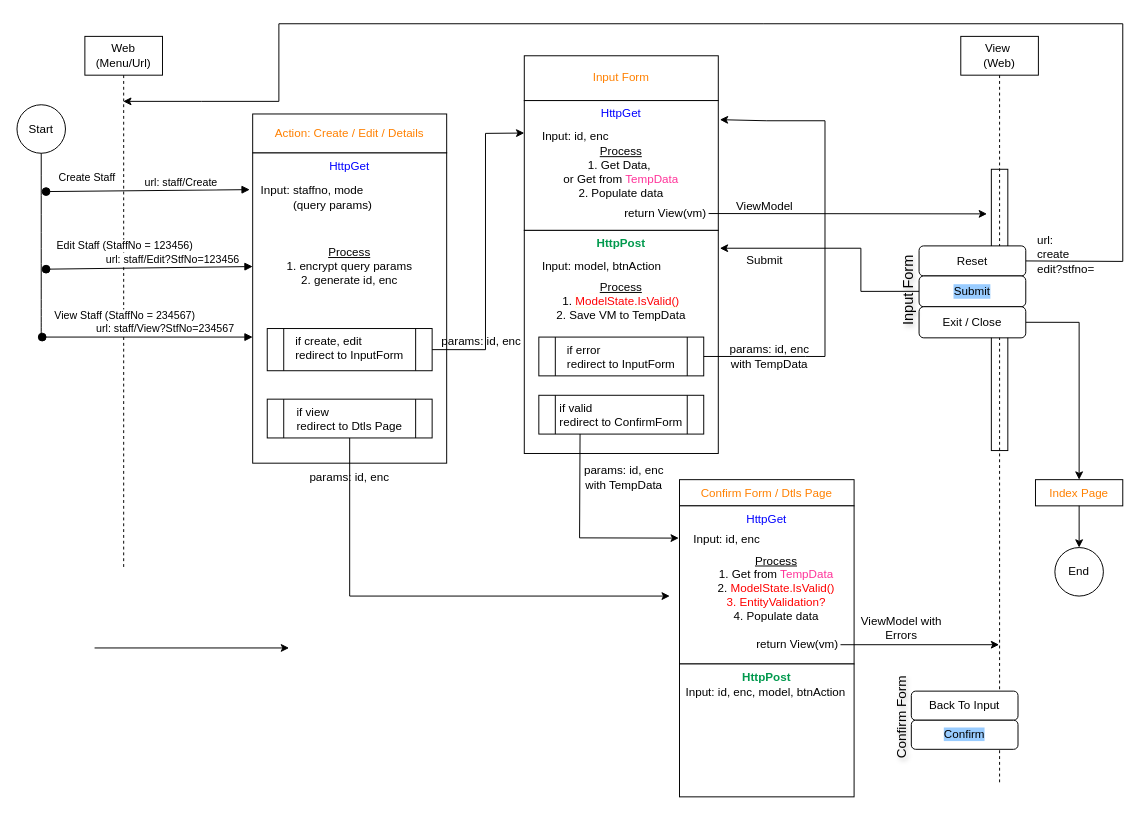
The draw.io diagram page "Input_Confirm_pages" (2 of 2) of StaffForm_workflow.drawio in mujianlo/hrpt_drawio, before the edit. Source tidied: cells renumbered, new cells numbered last; positions are measured from the earlier drawing's top-left corner, leaving out a move shared by most shapes. Both pictures are drawn from the tidied source at 97%, with x=0, y=0 at pixel (16, 23).
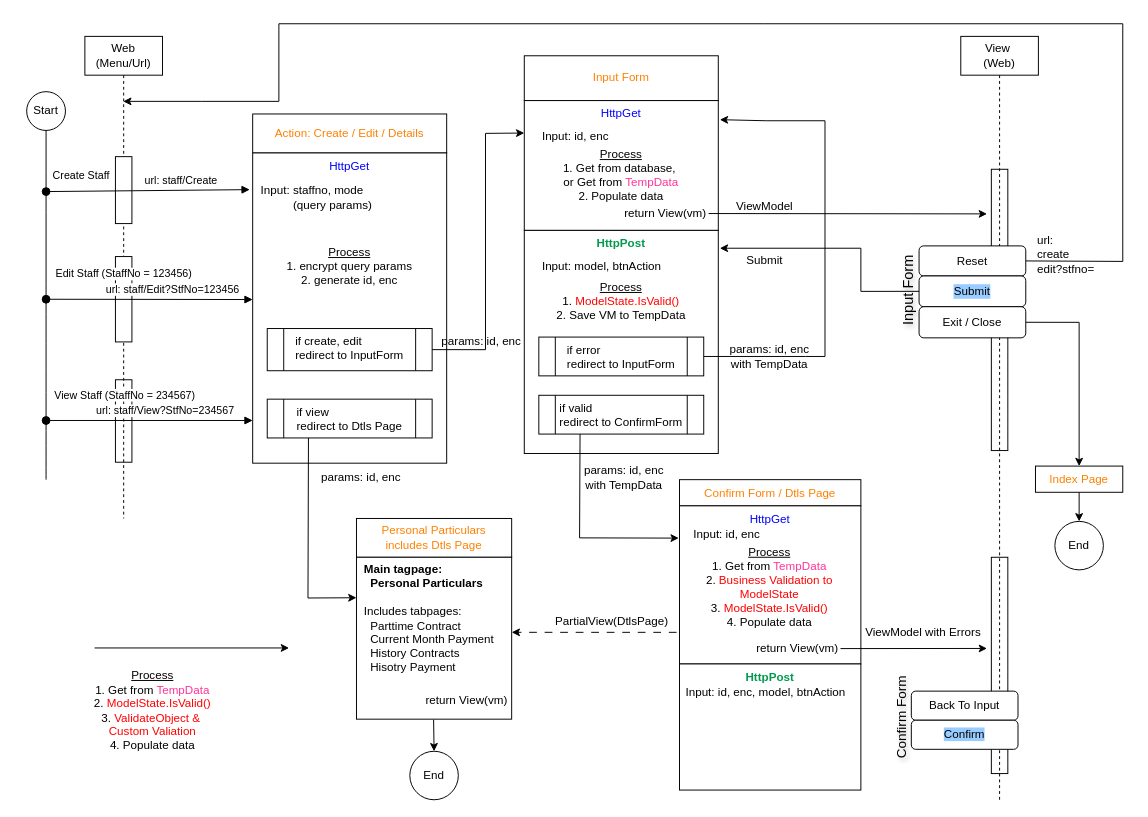
The same diagram, later.

Unchanged cells that the change refers to:
```xml
<mxCell id="35" value="&lt;div&gt;&lt;u&gt;Process&lt;/u&gt;&lt;/div&gt;&lt;div&gt;1. encrypt query params&lt;/div&gt;&lt;div&gt;2. generate id, enc&lt;/div&gt;" style="text;html=1;whiteSpace=wrap;strokeColor=none;fillColor=none;align=center;verticalAlign=middle;rounded=0;" parent="31" vertex="1">
  <mxGeometry y="123.3" width="200" height="68" as="geometry" />
</mxCell>
<mxCell id="37" value="&lt;div align=&quot;left&quot;&gt;if view&lt;/div&gt;&lt;div align=&quot;left&quot;&gt;redirect to Dtls Page&lt;/div&gt;" style="shape=process;whiteSpace=wrap;html=1;backgroundOutline=1;verticalAlign=top;" parent="31" vertex="1">
  <mxGeometry x="15" y="294" width="170" height="40" as="geometry" />
</mxCell>
```

Change to the diagram source:
```diff
@@
+    <mxCell id="71" style="rounded=0;whiteSpace=wrap;html=1;" parent="1" vertex="1">
+      <mxGeometry x="101.5" y="367" width="17" height="85" as="geometry" />
+    </mxCell>
+    <mxCell id="72" style="rounded=0;whiteSpace=wrap;html=1;" parent="1" vertex="1">
+      <mxGeometry x="1004.5" y="550" width="17" height="223" as="geometry" />
+    </mxCell>
@@
     <mxCell id="3" value="Web&lt;br&gt;(Menu/Url)" style="shape=umlLifeline;perimeter=lifelinePerimeter;whiteSpace=wrap;html=1;outlineConnect=0;portConstraint=eastwest;newEdgeStyle={&quot;curved&quot;:0,&quot;rounded&quot;:0};" parent="1" vertex="1">
-      <mxGeometry x="70" y="13" width="80" height="550" as="geometry" />
+      <mxGeometry x="70" y="13" width="80" height="497" as="geometry" />
     </mxCell>
-    <mxCell id="4" style="html=1;verticalAlign=bottom;startArrow=oval;endArrow=block;startSize=8;elbow=vertical;rounded=0;align=right;fontSize=11;" parent="1" edge="1">
-      <mxGeometry relative="1" as="geometry">
-        <mxPoint x="30" y="173" as="sourcePoint" />
-        <mxPoint x="240" y="171" as="targetPoint" />
-      </mxGeometry>
-    </mxCell>
-    <mxCell id="5" value="Create Staff" style="edgeLabel;html=1;align=center;verticalAlign=middle;fontSize=11;" parent="4" vertex="1">
-      <mxGeometry x="-0.69" y="-3" relative="1" as="geometry">
-        <mxPoint x="8" y="-17" as="offset" />
-      </mxGeometry>
-    </mxCell>
-    <mxCell id="6" value="url: staff/Create" style="edgeLabel;html=1;align=left;verticalAlign=middle;fontSize=11;" parent="1" vertex="1">
-      <mxGeometry x="130" y="163" as="geometry" />
-    </mxCell>
@@
-    <mxCell id="8" value="url: staff/Edit?StfNo=123456" style="edgeLabel;html=1;align=left;verticalAlign=middle;fontSize=11;" parent="1" vertex="1">
-      <mxGeometry x="90" y="242" as="geometry" />
-    </mxCell>
-    <mxCell id="9" style="html=1;verticalAlign=bottom;startArrow=oval;endArrow=block;startSize=8;elbow=vertical;rounded=0;align=right;fontSize=11;" parent="1" edge="1">
-      <mxGeometry relative="1" as="geometry">
-        <mxPoint x="26" y="323" as="sourcePoint" />
-        <mxPoint x="243" y="323" as="targetPoint" />
-      </mxGeometry>
-    </mxCell>
-    <mxCell id="10" value="View Staff (StaffNo = 234567)" style="edgeLabel;html=1;align=center;verticalAlign=middle;fontSize=11;" parent="9" vertex="1">
-      <mxGeometry x="-0.69" y="-3" relative="1" as="geometry">
-        <mxPoint x="50" y="-26" as="offset" />
-      </mxGeometry>
-    </mxCell>
-    <mxCell id="11" value="url: staff/View?StfNo=234567" style="edgeLabel;html=1;align=left;verticalAlign=middle;fontSize=11;" parent="1" vertex="1">
-      <mxGeometry x="80" y="313" as="geometry" />
-    </mxCell>
-    <mxCell id="12" style="html=1;verticalAlign=bottom;startArrow=oval;endArrow=block;startSize=8;elbow=vertical;rounded=0;align=right;fontSize=11;entryX=0;entryY=0.5;entryDx=0;entryDy=0;" parent="1" edge="1" target="35">
-      <mxGeometry relative="1" as="geometry">
-        <mxPoint x="30" y="253" as="sourcePoint" />
-      </mxGeometry>
-    </mxCell>
-    <mxCell id="13" value="Edit Staff (StaffNo = 123456)" style="edgeLabel;html=1;align=center;verticalAlign=middle;fontSize=11;" parent="12" vertex="1">
-      <mxGeometry x="-0.69" y="-3" relative="1" as="geometry">
-        <mxPoint x="47" y="-27" as="offset" />
-      </mxGeometry>
-    </mxCell>
     <mxCell id="14" value="View&amp;nbsp;&lt;br&gt;(Web)" style="shape=umlLifeline;perimeter=lifelinePerimeter;whiteSpace=wrap;html=1;outlineConnect=0;portConstraint=eastwest;newEdgeStyle={&quot;curved&quot;:0,&quot;rounded&quot;:0};size=40;" parent="1" vertex="1">
-      <mxGeometry x="973" y="13" width="80" height="770" as="geometry" />
+      <mxGeometry x="973" y="13" width="80" height="787" as="geometry" />
     </mxCell>
@@
-    <mxCell id="21" value="&lt;u&gt;Process&lt;br&gt;&lt;/u&gt;&lt;div&gt;1. Get Data,&amp;nbsp;&lt;/div&gt;&lt;div&gt;or Get from &lt;span style=&quot;color: rgb(255, 51, 153);&quot;&gt;TempData&lt;/span&gt;&lt;/div&gt;&lt;div&gt;2. Populate data&lt;/div&gt;" style="text;html=1;whiteSpace=wrap;strokeColor=none;fillColor=none;align=center;verticalAlign=middle;rounded=0;" parent="1" vertex="1">
-      <mxGeometry x="543" y="133.5" width="160" height="39.5" as="geometry" />
+    <mxCell id="21" value="&lt;u&gt;Process&lt;br&gt;&lt;/u&gt;&lt;div&gt;1. Get from database,&amp;nbsp;&lt;/div&gt;&lt;div&gt;or Get from &lt;span style=&quot;color: rgb(255, 51, 153);&quot;&gt;TempData&lt;/span&gt;&lt;/div&gt;&lt;div&gt;2. Populate data&lt;/div&gt;" style="text;html=1;whiteSpace=wrap;strokeColor=none;fillColor=none;align=center;verticalAlign=middle;rounded=0;" parent="1" vertex="1">
+      <mxGeometry x="543" y="127.5" width="160" height="56.5" as="geometry" />
     </mxCell>
@@
-    <mxCell id="38" style="endArrow=classic;html=1;rounded=0;exitX=0.5;exitY=1;exitDx=0;exitDy=0;" parent="1" edge="1" source="37">
+    <mxCell id="38" style="endArrow=classic;html=1;rounded=0;exitX=0.25;exitY=1;exitDx=0;exitDy=0;entryX=0;entryY=0.25;entryDx=0;entryDy=0;" parent="1" edge="1" source="37" target="75">
       <mxGeometry relative="1" as="geometry">
-        <mxPoint x="673" y="590" as="targetPoint" />
         <Array as="points">
-          <mxPoint x="343" y="590" />
+          <mxPoint x="300" y="592" />
         </Array>
       </mxGeometry>
     </mxCell>
@@
     <mxCell id="41" value="params: id, enc" style="text;html=1;whiteSpace=wrap;strokeColor=none;fillColor=none;align=center;verticalAlign=middle;rounded=0;" parent="1" vertex="1">
-      <mxGeometry x="298" y="453" width="90" height="30" as="geometry" />
+      <mxGeometry x="310" y="453" width="90" height="30" as="geometry" />
     </mxCell>
@@
     <mxCell id="45" value="&lt;div&gt;Confirm Form / Dtls Page&lt;/div&gt;" style="rounded=0;whiteSpace=wrap;html=1;fontColor=#FF8000;" parent="1" vertex="1">
-      <mxGeometry x="683" y="470" width="180" height="27" as="geometry" />
+      <mxGeometry x="683" y="470" width="187" height="27" as="geometry" />
     </mxCell>
     <mxCell id="46" value="HttpGet" style="rounded=0;whiteSpace=wrap;html=1;align=center;verticalAlign=top;fontColor=#0000FF;fontStyle=0;" parent="1" vertex="1">
-      <mxGeometry x="683" y="497" width="180" height="163" as="geometry" />
+      <mxGeometry x="683" y="497" width="187" height="163" as="geometry" />
     </mxCell>
     <mxCell id="47" value="HttpPost" style="rounded=0;whiteSpace=wrap;html=1;align=center;verticalAlign=top;fontStyle=1;fontColor=#00994D;" parent="1" vertex="1">
-      <mxGeometry x="683" y="660" width="180" height="137" as="geometry" />
+      <mxGeometry x="683" y="660" width="187" height="130" as="geometry" />
     </mxCell>
     <mxCell id="48" value="&amp;nbsp; Input: id, enc" style="text;html=1;whiteSpace=wrap;strokeColor=none;fillColor=none;align=left;verticalAlign=middle;rounded=0;" parent="1" vertex="1">
-      <mxGeometry x="689" y="517" width="160" height="30" as="geometry" />
+      <mxGeometry x="689" y="512" width="160" height="30" as="geometry" />
     </mxCell>
@@
-    <mxCell id="50" value="&lt;u&gt;Process&lt;br&gt;&lt;/u&gt;&lt;div&gt;1. Get from &lt;span style=&quot;color: rgb(255, 51, 153);&quot;&gt;TempData&lt;/span&gt;&lt;/div&gt;&lt;div&gt;2. &lt;span style=&quot;color: rgb(255, 0, 0);&quot;&gt;ModelState.IsValid()&lt;/span&gt;&lt;/div&gt;&lt;div&gt;&lt;span style=&quot;color: rgb(0, 0, 0);&quot;&gt;&lt;span style=&quot;color: rgb(0, 0, 0);&quot;&gt;&lt;span style=&quot;color: rgb(255, 0, 0);&quot;&gt;3. &lt;/span&gt;&lt;/span&gt;&lt;/span&gt;&lt;span style=&quot;color: rgb(255, 0, 0);&quot;&gt;EntityValidation?&lt;/span&gt;&lt;/div&gt;&lt;div&gt;4. Populate data&lt;/div&gt;" style="text;html=1;whiteSpace=wrap;strokeColor=none;fillColor=none;align=center;verticalAlign=middle;rounded=0;" parent="1" vertex="1">
-      <mxGeometry x="703" y="548.5" width="160" height="67" as="geometry" />
+    <mxCell id="50" value="&lt;u&gt;Process&lt;br&gt;&lt;/u&gt;&lt;div&gt;1. Get from &lt;span style=&quot;&quot;&gt;&lt;span style=&quot;color: rgb(255, 51, 153);&quot;&gt;TempData&lt;/span&gt;&lt;/span&gt;&lt;/div&gt;&lt;div&gt;2. &lt;span style=&quot;&quot;&gt;&lt;span style=&quot;color: rgb(255, 0, 0);&quot;&gt;Business Validation&lt;/span&gt;&lt;span style=&quot;color: rgb(0, 0, 0);&quot;&gt;&lt;span style=&quot;color: rgb(0, 0, 0);&quot;&gt;&lt;span style=&quot;color: rgb(0, 0, 0);&quot;&gt;&lt;span style=&quot;color: rgb(0, 0, 0);&quot;&gt;&lt;span style=&quot;color: rgb(0, 0, 0);&quot;&gt;&lt;span style=&quot;color: rgb(255, 0, 0);&quot;&gt; to ModelState&lt;/span&gt;&lt;/span&gt;&lt;/span&gt;&lt;/span&gt;&lt;/span&gt;&lt;/span&gt;&lt;/span&gt;&lt;/div&gt;&lt;div&gt;&lt;span style=&quot;&quot;&gt;&lt;span style=&quot;&quot;&gt;&lt;span style=&quot;&quot;&gt;3. &lt;/span&gt;&lt;/span&gt;&lt;/span&gt;&lt;span style=&quot;color: rgb(255, 0, 0);&quot;&gt;ModelState.IsValid()&lt;/span&gt;&lt;/div&gt;&lt;div&gt;4. Populate data&lt;/div&gt;" style="text;html=1;whiteSpace=wrap;strokeColor=none;fillColor=none;align=center;verticalAlign=middle;rounded=0;fontColor=#000000;" parent="1" vertex="1">
+      <mxGeometry x="696" y="531" width="160" height="99" as="geometry" />
     </mxCell>
     <mxCell id="51" value="return View(vm)" style="text;html=1;whiteSpace=wrap;strokeColor=none;fillColor=none;align=right;verticalAlign=middle;rounded=0;" parent="1" vertex="1">
-      <mxGeometry x="729" y="630.8" width="120" height="18.7" as="geometry" />
+      <mxGeometry x="729" y="634.8" width="120" height="18.7" as="geometry" />
     </mxCell>
     <mxCell id="52" value="ViewModel with Errors" style="text;html=1;whiteSpace=wrap;strokeColor=none;fillColor=none;align=center;verticalAlign=middle;rounded=0;" parent="1" vertex="1">
-      <mxGeometry x="867" y="602" width="90" height="42.5" as="geometry" />
+      <mxGeometry x="873" y="614" width="123" height="28" as="geometry" />
     </mxCell>
-    <mxCell id="53" style="endArrow=classic;html=1;rounded=0;exitX=1;exitY=0.5;exitDx=0;exitDy=0;" parent="1" edge="1" source="51" target="14">
-      <mxGeometry relative="1" as="geometry" />
+    <mxCell id="53" style="endArrow=classic;html=1;rounded=0;exitX=1;exitY=0.5;exitDx=0;exitDy=0;" parent="1" edge="1" source="51">
+      <mxGeometry relative="1" as="geometry">
+        <mxPoint x="1000" y="644" as="targetPoint" />
+      </mxGeometry>
     </mxCell>
@@
     <mxCell id="66" value="&lt;div&gt;Index Page&lt;/div&gt;" style="rounded=0;whiteSpace=wrap;html=1;fontColor=#FF8000;" parent="1" vertex="1">
-      <mxGeometry x="1050" y="470" width="90" height="27" as="geometry" />
+      <mxGeometry x="1050" y="456" width="90" height="27" as="geometry" />
     </mxCell>
     <mxCell id="67" value="End" style="ellipse;whiteSpace=wrap;html=1;" parent="1" vertex="1">
-      <mxGeometry x="1070" y="540" width="50" height="50" as="geometry" />
+      <mxGeometry x="1070" y="513" width="50" height="50" as="geometry" />
     </mxCell>
@@
     <mxCell id="69" value="Start" style="ellipse;whiteSpace=wrap;html=1;" parent="1" vertex="1">
-      <mxGeometry y="83.5" width="50" height="50" as="geometry" />
+      <mxGeometry x="10" y="70" width="40" height="40" as="geometry" />
     </mxCell>
-    <mxCell id="70" style="endArrow=none;html=1;rounded=0;fontSize=12;startSize=8;endSize=8;curved=1;entryX=0.5;entryY=1;entryDx=0;entryDy=0;" parent="1" edge="1" target="69">
+    <mxCell id="70" style="endArrow=none;html=1;rounded=0;fontSize=12;startSize=8;endSize=8;curved=1;" parent="1" edge="1">
       <mxGeometry relative="1" as="geometry">
-        <mxPoint x="25" y="320" as="sourcePoint" />
+        <mxPoint x="30" y="470" as="sourcePoint" />
+        <mxPoint x="30" y="110" as="targetPoint" />
       </mxGeometry>
     </mxCell>
+    <mxCell id="73" value="&lt;u&gt;Process&lt;br&gt;&lt;/u&gt;&lt;div&gt;1. Get from &lt;span style=&quot;&quot;&gt;&lt;span style=&quot;color: rgb(255, 51, 153);&quot;&gt;TempData&lt;/span&gt;&lt;/span&gt;&lt;/div&gt;&lt;div&gt;2. &lt;span style=&quot;&quot;&gt;&lt;span style=&quot;color: rgb(255, 0, 0);&quot;&gt;ModelState.IsValid()&lt;/span&gt;&lt;/span&gt;&lt;/div&gt;&lt;div&gt;&lt;span style=&quot;&quot;&gt;&lt;span style=&quot;&quot;&gt;&lt;span style=&quot;&quot;&gt;3. &lt;/span&gt;&lt;/span&gt;&lt;/span&gt;&lt;span style=&quot;&quot;&gt;&lt;span style=&quot;color: rgb(255, 0, 0);&quot;&gt;ValidateObject &amp;amp;&amp;nbsp;&lt;/span&gt;&lt;/span&gt;&lt;/div&gt;&lt;div&gt;&lt;span style=&quot;&quot;&gt;&lt;span style=&quot;color: rgb(255, 0, 0);&quot;&gt;Custom Valiation&lt;/span&gt;&lt;/span&gt;&lt;/div&gt;&lt;div&gt;4. Populate data&lt;/div&gt;" style="text;html=1;whiteSpace=wrap;strokeColor=none;fillColor=none;align=center;verticalAlign=middle;rounded=0;fontColor=#000000;" parent="1" vertex="1">
+      <mxGeometry x="60" y="660" width="160" height="96" as="geometry" />
+    </mxCell>
+    <mxCell id="74" value="&lt;div&gt;Personal Particulars&lt;/div&gt;&lt;div&gt;includes Dtls Page &lt;/div&gt;" style="rounded=0;whiteSpace=wrap;html=1;fontColor=#FF8000;" parent="1" vertex="1">
+      <mxGeometry x="350" y="510" width="160" height="40" as="geometry" />
+    </mxCell>
+    <mxCell id="75" style="rounded=0;whiteSpace=wrap;html=1;align=center;verticalAlign=top;fontColor=#0000FF;fontStyle=0;" parent="1" vertex="1">
+      <mxGeometry x="350" y="550" width="160" height="166.9" as="geometry" />
+    </mxCell>
+    <mxCell id="76" value="return View(vm)" style="text;html=1;whiteSpace=wrap;strokeColor=none;fillColor=none;align=right;verticalAlign=middle;rounded=0;" parent="1" vertex="1">
+      <mxGeometry x="388" y="678.2" width="120" height="38.7" as="geometry" />
+    </mxCell>
+    <mxCell id="77" style="endArrow=classic;html=1;rounded=0;entryX=1;entryY=0.628;entryDx=0;entryDy=0;exitX=-0.016;exitY=0.837;exitDx=0;exitDy=0;exitPerimeter=0;entryPerimeter=0;dashed=1;dashPattern=8 8;" parent="1" edge="1" target="79">
+      <mxGeometry relative="1" as="geometry">
+        <mxPoint x="680" y="627.4" as="sourcePoint" />
+      </mxGeometry>
+    </mxCell>
+    <mxCell id="78" value="PartialView(DtlsPage)" style="text;html=1;whiteSpace=wrap;strokeColor=none;fillColor=none;align=center;verticalAlign=middle;rounded=0;" parent="1" vertex="1">
+      <mxGeometry x="551.5" y="602" width="123" height="28" as="geometry" />
+    </mxCell>
+    <mxCell id="79" value="&lt;div&gt;&lt;b&gt;Main tagpage:&lt;br&gt;&amp;nbsp; Personal Particulars&lt;/b&gt;&lt;/div&gt;&lt;div&gt;&lt;br&gt;&lt;/div&gt;&lt;div&gt;Includes tabpages:&lt;/div&gt;&lt;div&gt;&amp;nbsp; Parttime Contract&lt;/div&gt;&lt;div&gt;&amp;nbsp; Current Month Payment&lt;/div&gt;&lt;div&gt;&amp;nbsp; History Contracts&lt;/div&gt;&lt;div&gt;&amp;nbsp; Hisotry Payment&lt;/div&gt;" style="text;html=1;whiteSpace=wrap;strokeColor=none;fillColor=none;align=left;verticalAlign=middle;rounded=0;" parent="1" vertex="1">
+      <mxGeometry x="356" y="555.6" width="154" height="114.3" as="geometry" />
+    </mxCell>
+    <mxCell id="80" value="End" style="ellipse;whiteSpace=wrap;html=1;" parent="1" vertex="1">
+      <mxGeometry x="405" y="750" width="50" height="50" as="geometry" />
+    </mxCell>
+    <mxCell id="81" style="endArrow=classic;html=1;rounded=0;exitX=0.346;exitY=1.017;exitDx=0;exitDy=0;exitPerimeter=0;" parent="1" edge="1" source="76" target="80">
+      <mxGeometry relative="1" as="geometry" />
+    </mxCell>
+    <mxCell id="82" style="group;" parent="1" vertex="1">
+      <mxGeometry x="30" y="398" width="213" height="11" as="geometry" />
+    </mxCell>
+    <mxCell id="9" style="html=1;verticalAlign=bottom;startArrow=oval;endArrow=block;startSize=8;elbow=vertical;rounded=0;align=right;fontSize=11;" parent="82" edge="1">
+      <mxGeometry relative="1" as="geometry">
+        <mxPoint y="11" as="sourcePoint" />
+        <mxPoint x="213" y="11" as="targetPoint" />
+      </mxGeometry>
+    </mxCell>
+    <mxCell id="10" value="View Staff (StaffNo = 234567)" style="edgeLabel;html=1;align=center;verticalAlign=middle;fontSize=11;" parent="9" vertex="1">
+      <mxGeometry x="-0.69" y="-3" relative="1" as="geometry">
+        <mxPoint x="47" y="-30" as="offset" />
+      </mxGeometry>
+    </mxCell>
+    <mxCell id="11" value="url: staff/View?StfNo=234567" style="edgeLabel;html=1;align=left;verticalAlign=middle;fontSize=11;" parent="82" vertex="1">
+      <mxGeometry x="50" as="geometry" />
+    </mxCell>
+    <mxCell id="83" style="group;" parent="1" vertex="1">
+      <mxGeometry x="30" y="240" width="88.5" height="88" as="geometry" />
+    </mxCell>
+    <mxCell id="84" style="rounded=0;whiteSpace=wrap;html=1;" parent="83" vertex="1">
+      <mxGeometry x="71.5" width="17" height="88" as="geometry" />
+    </mxCell>
+    <mxCell id="8" value="url: staff/Edit?StfNo=123456" style="edgeLabel;html=1;align=left;verticalAlign=middle;fontSize=11;" parent="83" vertex="1">
+      <mxGeometry x="60" y="33" as="geometry" />
+    </mxCell>
+    <mxCell id="85" style="html=1;verticalAlign=bottom;startArrow=oval;endArrow=block;startSize=8;elbow=vertical;rounded=0;align=right;fontSize=11;entryX=0;entryY=1;entryDx=0;entryDy=0;" parent="83" edge="1" target="35">
+      <mxGeometry relative="1" as="geometry">
+        <mxPoint y="44" as="sourcePoint" />
+      </mxGeometry>
+    </mxCell>
+    <mxCell id="13" value="Edit Staff (StaffNo = 123456)" style="edgeLabel;html=1;align=center;verticalAlign=middle;fontSize=11;" parent="85" vertex="1">
+      <mxGeometry x="-0.69" y="-3" relative="1" as="geometry">
+        <mxPoint x="47" y="-30" as="offset" />
+      </mxGeometry>
+    </mxCell>
+    <mxCell id="86" style="group;" parent="1" vertex="1">
+      <mxGeometry x="30" y="137" width="210" height="69" as="geometry" />
+    </mxCell>
+    <mxCell id="87" style="rounded=0;whiteSpace=wrap;html=1;" parent="86" vertex="1">
+      <mxGeometry x="71.5" width="17" height="69" as="geometry" />
+    </mxCell>
+    <mxCell id="4" style="html=1;verticalAlign=bottom;startArrow=oval;endArrow=block;startSize=8;elbow=vertical;rounded=0;align=right;fontSize=11;" parent="86" edge="1">
+      <mxGeometry relative="1" as="geometry">
+        <mxPoint y="36" as="sourcePoint" />
+        <mxPoint x="210" y="34" as="targetPoint" />
+      </mxGeometry>
+    </mxCell>
+    <mxCell id="5" value="Create Staff" style="edgeLabel;html=1;align=center;verticalAlign=middle;fontSize=11;" parent="4" vertex="1">
+      <mxGeometry x="-0.69" y="-3" relative="1" as="geometry">
+        <mxPoint x="2" y="-19" as="offset" />
+      </mxGeometry>
+    </mxCell>
+    <mxCell id="6" value="url: staff/Create" style="edgeLabel;html=1;align=left;verticalAlign=middle;fontSize=11;" parent="86" vertex="1">
+      <mxGeometry x="100" y="24" as="geometry" />
+    </mxCell>
```
